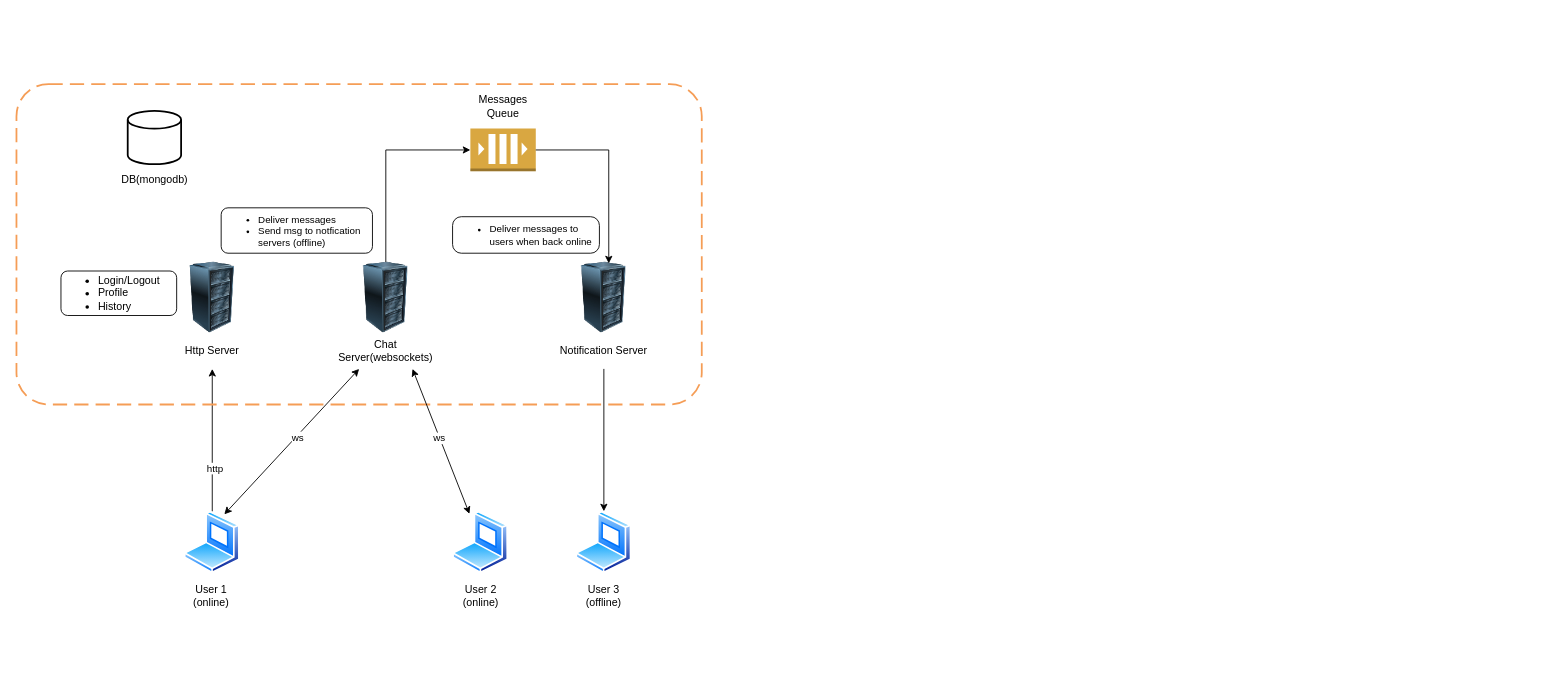
Earlier version of the draw.io diagram design.drawio (islem143/Go-Chat). Source tidied: cells renumbered, new cells numbered last; positions are measured from the earlier drawing's top-left corner, leaving out a move shared by most shapes. Both pictures are drawn from the tidied source at 89%, with x=0, y=0 at pixel (16, 84).
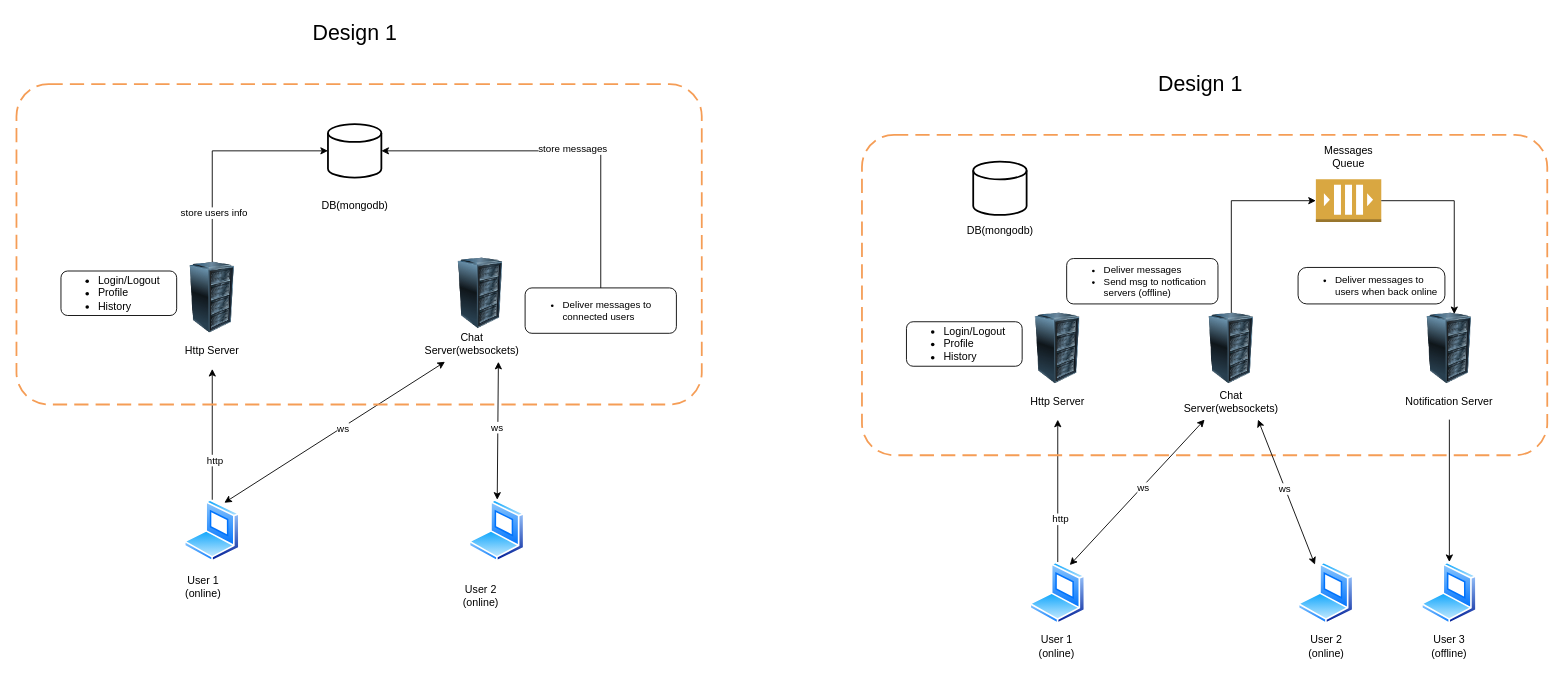
The same page after the edit.

Commit message (it also covers changes not shown here):
added messages controller

Unchanged cells that the change refers to:
```xml
<mxCell id="8" style="image;html=1;image=img/lib/clip_art/computers/Server_Rack_128x128.png;" parent="1" vertex="1">
  <mxGeometry x="180" y="200" width="80" height="80" as="geometry" />
</mxCell>
```

What changed in the source:
```diff
@@
     <mxCell id="6" style="image;perimeter=ellipsePerimeter;html=1;align=center;shadow=0;dashed=0;spacingTop=3;image=img/lib/active_directory/laptop_client.svg;" parent="1" vertex="1">
-      <mxGeometry x="188.5" y="480" width="63" height="70" as="geometry" />
+      <mxGeometry x="188.5" y="467" width="63" height="70" as="geometry" />
     </mxCell>
@@
     <mxCell id="10" style="image;html=1;image=img/lib/clip_art/computers/Server_Rack_128x128.png;" parent="1" vertex="1">
-      <mxGeometry x="375" y="200" width="80" height="80" as="geometry" />
+      <mxGeometry x="481.5" y="195" width="80" height="80" as="geometry" />
     </mxCell>
     <mxCell id="11" value="Chat Server(websockets)" style="text;html=1;strokeColor=none;fillColor=none;align=center;verticalAlign=middle;whiteSpace=wrap;rounded=0;" parent="1" vertex="1">
-      <mxGeometry x="355" y="280" width="120" height="40" as="geometry" />
+      <mxGeometry x="451.5" y="272" width="120" height="40" as="geometry" />
     </mxCell>
@@
     <mxCell id="14" value="User 1&lt;br&gt;(online)" style="text;html=1;strokeColor=none;fillColor=none;align=center;verticalAlign=middle;whiteSpace=wrap;rounded=0;" parent="1" vertex="1">
-      <mxGeometry x="188.5" y="560" width="60" height="30" as="geometry" />
+      <mxGeometry x="180" y="550" width="60" height="30" as="geometry" />
     </mxCell>
+    <mxCell id="31" style="edgeStyle=orthogonalEdgeStyle;rounded=0;jettySize=auto;html=1;entryX=0.5;entryY=0;entryDx=0;entryDy=0;startArrow=classic;startFill=1;endArrow=none;endFill=0;" parent="1" edge="1" source="15" target="28">
+      <mxGeometry relative="1" as="geometry" />
+    </mxCell>
+    <mxCell id="32" value="store messages" style="edgeLabel;html=1;align=center;verticalAlign=middle;" parent="31" vertex="1">
+      <mxGeometry x="0.07" y="3" relative="1" as="geometry" />
+    </mxCell>
     <mxCell id="15" style="strokeWidth=2;html=1;shape=mxgraph.flowchart.database;whiteSpace=wrap;" parent="1" vertex="1">
-      <mxGeometry x="125" y="30" width="60" height="60" as="geometry" />
+      <mxGeometry x="350" y="45" width="60" height="60" as="geometry" />
     </mxCell>
-    <mxCell id="16" style="outlineConnect=0;dashed=0;verticalLabelPosition=bottom;verticalAlign=top;align=center;html=1;shape=mxgraph.aws3.queue;fillColor=#D9A741;gradientColor=none;" parent="1" vertex="1">
-      <mxGeometry x="510" y="50" width="73.5" height="48" as="geometry" />
-    </mxCell>
     <mxCell id="17" value="DB(mongodb)" style="text;html=1;strokeColor=none;fillColor=none;align=center;verticalAlign=middle;whiteSpace=wrap;rounded=0;" parent="1" vertex="1">
-      <mxGeometry x="117.5" y="98" width="75" height="20" as="geometry" />
+      <mxGeometry x="342.5" y="127" width="75" height="20" as="geometry" />
     </mxCell>
     <mxCell id="18" style="image;perimeter=ellipsePerimeter;html=1;align=center;shadow=0;dashed=0;spacingTop=3;image=img/lib/active_directory/laptop_client.svg;" parent="1" vertex="1">
-      <mxGeometry x="490" y="480" width="63" height="70" as="geometry" />
+      <mxGeometry x="508.5" y="467" width="63" height="70" as="geometry" />
     </mxCell>
@@
-    <mxCell id="20" style="edgeStyle=orthogonalEdgeStyle;rounded=0;jettySize=auto;html=1;exitX=0.5;exitY=1;exitDx=0;exitDy=0;entryX=0.5;entryY=0;entryDx=0;entryDy=0;" parent="1" edge="1" source="21" target="25">
-      <mxGeometry relative="1" as="geometry" />
-    </mxCell>
-    <mxCell id="21" value="Notification Server" style="text;html=1;strokeColor=none;fillColor=none;align=center;verticalAlign=middle;whiteSpace=wrap;rounded=0;" parent="1" vertex="1">
-      <mxGeometry x="600" y="280" width="120" height="40" as="geometry" />
-    </mxCell>
-    <mxCell id="22" style="image;html=1;image=img/lib/clip_art/computers/Server_Rack_128x128.png;" parent="1" vertex="1">
-      <mxGeometry x="620" y="200" width="80" height="80" as="geometry" />
-    </mxCell>
-    <mxCell id="23" style="edgeStyle=orthogonalEdgeStyle;rounded=0;jettySize=auto;html=1;exitX=0.5;exitY=0;exitDx=0;exitDy=0;entryX=0;entryY=0.5;entryDx=0;entryDy=0;entryPerimeter=0;" parent="1" edge="1" source="10" target="16">
-      <mxGeometry relative="1" as="geometry" />
-    </mxCell>
-    <mxCell id="24" style="edgeStyle=orthogonalEdgeStyle;rounded=0;jettySize=auto;html=1;exitX=1;exitY=0.5;exitDx=0;exitDy=0;exitPerimeter=0;entryX=0.569;entryY=0.018;entryDx=0;entryDy=0;entryPerimeter=0;" parent="1" edge="1" source="16" target="22">
-      <mxGeometry relative="1" as="geometry" />
-    </mxCell>
-    <mxCell id="25" style="image;perimeter=ellipsePerimeter;html=1;align=center;shadow=0;dashed=0;spacingTop=3;image=img/lib/active_directory/laptop_client.svg;" parent="1" vertex="1">
-      <mxGeometry x="628.5" y="480" width="63" height="70" as="geometry" />
-    </mxCell>
-    <mxCell id="26" value="User 3&lt;br&gt;(offline)" style="text;html=1;strokeColor=none;fillColor=none;align=center;verticalAlign=middle;whiteSpace=wrap;rounded=0;" parent="1" vertex="1">
-      <mxGeometry x="630" y="560" width="60" height="30" as="geometry" />
-    </mxCell>
@@
-    <mxCell id="28" value="&lt;blockquote style=&quot;margin: 0 0 0 40px; border: none; padding: 0px;&quot;&gt;&lt;/blockquote&gt;&lt;div style=&quot;font-size: 11px;&quot;&gt;&lt;ul&gt;&lt;li style=&quot;&quot;&gt;&lt;span style=&quot;background-color: initial;&quot;&gt;&lt;font style=&quot;font-size: 11px;&quot;&gt;Deliver messages&lt;/font&gt;&lt;/span&gt;&lt;/li&gt;&lt;li&gt;Send msg to notfication servers (offline)&lt;/li&gt;&lt;/ul&gt;&lt;/div&gt;&lt;blockquote style=&quot;margin: 0 0 0 40px; border: none; padding: 0px;&quot;&gt;&lt;/blockquote&gt;" style="rounded=1;whiteSpace=wrap;html=1;align=left;glass=0;shadow=0;flipV=1;flipH=1;" parent="1" vertex="1">
-      <mxGeometry x="230" y="139" width="170" height="51" as="geometry" />
+    <mxCell id="28" value="&lt;blockquote style=&quot;margin: 0 0 0 40px; border: none; padding: 0px;&quot;&gt;&lt;/blockquote&gt;&lt;div style=&quot;font-size: 11px;&quot;&gt;&lt;ul&gt;&lt;li style=&quot;&quot;&gt;&lt;span style=&quot;background-color: initial;&quot;&gt;&lt;font style=&quot;font-size: 11px;&quot;&gt;Deliver messages to connected users&lt;/font&gt;&lt;/span&gt;&lt;/li&gt;&lt;/ul&gt;&lt;/div&gt;&lt;blockquote style=&quot;margin: 0 0 0 40px; border: none; padding: 0px;&quot;&gt;&lt;/blockquote&gt;" style="rounded=1;whiteSpace=wrap;html=1;align=left;glass=0;shadow=0;flipV=1;flipH=1;" parent="1" vertex="1">
+      <mxGeometry x="571.5" y="229" width="170" height="51" as="geometry" />
     </mxCell>
+    <mxCell id="33" value="&lt;font style=&quot;font-size: 24px;&quot;&gt;&lt;font style=&quot;font-size: 24px;&quot;&gt;Design&lt;/font&gt; 1&lt;/font&gt;" style="text;html=1;align=center;verticalAlign=middle;strokeColor=none;fillColor=none;" parent="1" vertex="1">
+      <mxGeometry x="320" y="-77" width="120" height="40" as="geometry" />
+    </mxCell>
+    <mxCell id="34" style="edgeStyle=orthogonalEdgeStyle;rounded=0;jettySize=auto;html=1;exitX=0.5;exitY=0;exitDx=0;exitDy=0;" parent="1" edge="1" source="38" target="41">
+      <mxGeometry relative="1" as="geometry" />
+    </mxCell>
+    <mxCell id="35" value="http&lt;br&gt;" style="edgeLabel;html=1;align=center;verticalAlign=middle;" parent="34" vertex="1">
+      <mxGeometry x="-0.39" y="-2" relative="1" as="geometry" />
+    </mxCell>
+    <mxCell id="36" style="rounded=0;jettySize=auto;html=1;exitX=0.75;exitY=0;exitDx=0;exitDy=0;entryX=0.25;entryY=1;entryDx=0;entryDy=0;endArrow=classic;endFill=1;startArrow=classic;startFill=1;" parent="1" edge="1" source="38" target="43">
+      <mxGeometry relative="1" as="geometry" />
+    </mxCell>
+    <mxCell id="37" value="ws" style="edgeLabel;html=1;align=center;verticalAlign=middle;" parent="36" vertex="1">
+      <mxGeometry x="0.07" y="-1" relative="1" as="geometry" />
+    </mxCell>
+    <mxCell id="38" style="image;perimeter=ellipsePerimeter;html=1;align=center;shadow=0;dashed=0;spacingTop=3;image=img/lib/active_directory/laptop_client.svg;" parent="1" vertex="1">
+      <mxGeometry x="1138.5" y="537" width="63" height="70" as="geometry" />
+    </mxCell>
+    <mxCell id="39" style="rounded=1;arcSize=10;dashed=1;strokeColor=#F59D56;fillColor=none;gradientColor=none;dashPattern=8 4;strokeWidth=2;" parent="1" vertex="1">
+      <mxGeometry x="950" y="57" width="770" height="360" as="geometry" />
+    </mxCell>
+    <mxCell id="40" style="image;html=1;image=img/lib/clip_art/computers/Server_Rack_128x128.png;" parent="1" vertex="1">
+      <mxGeometry x="1130" y="257" width="80" height="80" as="geometry" />
+    </mxCell>
+    <mxCell id="41" value="Http Server" style="text;html=1;strokeColor=none;fillColor=none;align=center;verticalAlign=middle;whiteSpace=wrap;rounded=0;" parent="1" vertex="1">
+      <mxGeometry x="1135" y="337" width="70" height="40" as="geometry" />
+    </mxCell>
+    <mxCell id="42" style="image;html=1;image=img/lib/clip_art/computers/Server_Rack_128x128.png;" parent="1" vertex="1">
+      <mxGeometry x="1325" y="257" width="80" height="80" as="geometry" />
+    </mxCell>
+    <mxCell id="43" value="Chat Server(websockets)" style="text;html=1;strokeColor=none;fillColor=none;align=center;verticalAlign=middle;whiteSpace=wrap;rounded=0;" parent="1" vertex="1">
+      <mxGeometry x="1305" y="337" width="120" height="40" as="geometry" />
+    </mxCell>
+    <mxCell id="44" style="rounded=0;jettySize=auto;html=1;exitX=0.75;exitY=1;exitDx=0;exitDy=0;endArrow=classic;endFill=1;startArrow=classic;startFill=1;" parent="1" edge="1" source="43" target="50">
+      <mxGeometry relative="1" as="geometry" />
+    </mxCell>
+    <mxCell id="45" value="ws" style="edgeLabel;html=1;align=center;verticalAlign=middle;" parent="44" vertex="1">
+      <mxGeometry x="-0.05" y="-1" relative="1" as="geometry" />
+    </mxCell>
+    <mxCell id="46" value="User 1&lt;br&gt;(online)" style="text;html=1;strokeColor=none;fillColor=none;align=center;verticalAlign=middle;whiteSpace=wrap;rounded=0;" parent="1" vertex="1">
+      <mxGeometry x="1138.5" y="617" width="60" height="30" as="geometry" />
+    </mxCell>
+    <mxCell id="47" style="strokeWidth=2;html=1;shape=mxgraph.flowchart.database;whiteSpace=wrap;" parent="1" vertex="1">
+      <mxGeometry x="1075" y="87" width="60" height="60" as="geometry" />
+    </mxCell>
+    <mxCell id="48" style="outlineConnect=0;dashed=0;verticalLabelPosition=bottom;verticalAlign=top;align=center;html=1;shape=mxgraph.aws3.queue;fillColor=#D9A741;gradientColor=none;" parent="1" vertex="1">
+      <mxGeometry x="1460" y="107" width="73.5" height="48" as="geometry" />
+    </mxCell>
+    <mxCell id="49" value="DB(mongodb)" style="text;html=1;strokeColor=none;fillColor=none;align=center;verticalAlign=middle;whiteSpace=wrap;rounded=0;" parent="1" vertex="1">
+      <mxGeometry x="1067.5" y="155" width="75" height="20" as="geometry" />
+    </mxCell>
+    <mxCell id="50" style="image;perimeter=ellipsePerimeter;html=1;align=center;shadow=0;dashed=0;spacingTop=3;image=img/lib/active_directory/laptop_client.svg;" parent="1" vertex="1">
+      <mxGeometry x="1440" y="537" width="63" height="70" as="geometry" />
+    </mxCell>
+    <mxCell id="51" value="User 2&lt;br&gt;(online)" style="text;html=1;strokeColor=none;fillColor=none;align=center;verticalAlign=middle;whiteSpace=wrap;rounded=0;" parent="1" vertex="1">
+      <mxGeometry x="1441.5" y="617" width="60" height="30" as="geometry" />
+    </mxCell>
+    <mxCell id="52" style="edgeStyle=orthogonalEdgeStyle;rounded=0;jettySize=auto;html=1;exitX=0.5;exitY=1;exitDx=0;exitDy=0;entryX=0.5;entryY=0;entryDx=0;entryDy=0;" parent="1" edge="1" source="21" target="56">
+      <mxGeometry relative="1" as="geometry" />
+    </mxCell>
+    <mxCell id="21" value="Notification Server" style="text;html=1;strokeColor=none;fillColor=none;align=center;verticalAlign=middle;whiteSpace=wrap;rounded=0;" parent="1" vertex="1">
+      <mxGeometry x="1550" y="337" width="120" height="40" as="geometry" />
+    </mxCell>
+    <mxCell id="53" style="image;html=1;image=img/lib/clip_art/computers/Server_Rack_128x128.png;" parent="1" vertex="1">
+      <mxGeometry x="1570" y="257" width="80" height="80" as="geometry" />
+    </mxCell>
+    <mxCell id="54" style="edgeStyle=orthogonalEdgeStyle;rounded=0;jettySize=auto;html=1;exitX=0.5;exitY=0;exitDx=0;exitDy=0;entryX=0;entryY=0.5;entryDx=0;entryDy=0;entryPerimeter=0;" parent="1" edge="1" source="42" target="48">
+      <mxGeometry relative="1" as="geometry" />
+    </mxCell>
+    <mxCell id="55" style="edgeStyle=orthogonalEdgeStyle;rounded=0;jettySize=auto;html=1;exitX=1;exitY=0.5;exitDx=0;exitDy=0;exitPerimeter=0;entryX=0.569;entryY=0.018;entryDx=0;entryDy=0;entryPerimeter=0;" parent="1" edge="1" source="48" target="53">
+      <mxGeometry relative="1" as="geometry" />
+    </mxCell>
+    <mxCell id="56" style="image;perimeter=ellipsePerimeter;html=1;align=center;shadow=0;dashed=0;spacingTop=3;image=img/lib/active_directory/laptop_client.svg;" parent="1" vertex="1">
+      <mxGeometry x="1578.5" y="537" width="63" height="70" as="geometry" />
+    </mxCell>
+    <mxCell id="26" value="User 3&lt;br&gt;(offline)" style="text;html=1;strokeColor=none;fillColor=none;align=center;verticalAlign=middle;whiteSpace=wrap;rounded=0;" parent="1" vertex="1">
+      <mxGeometry x="1580" y="617" width="60" height="30" as="geometry" />
+    </mxCell>
+    <mxCell id="57" value="&lt;blockquote style=&quot;margin: 0 0 0 40px; border: none; padding: 0px;&quot;&gt;&lt;/blockquote&gt;&lt;ul&gt;&lt;li&gt;&lt;span style=&quot;background-color: initial;&quot;&gt;Login/Logout&lt;/span&gt;&lt;/li&gt;&lt;li&gt;&lt;span style=&quot;background-color: initial;&quot;&gt;Profile&lt;/span&gt;&lt;/li&gt;&lt;li&gt;&lt;span style=&quot;background-color: initial;&quot;&gt;History&lt;/span&gt;&lt;/li&gt;&lt;/ul&gt;&lt;blockquote style=&quot;margin: 0 0 0 40px; border: none; padding: 0px;&quot;&gt;&lt;/blockquote&gt;" style="rounded=1;whiteSpace=wrap;html=1;align=left;" parent="1" vertex="1">
+      <mxGeometry x="1000" y="267" width="130" height="50" as="geometry" />
+    </mxCell>
+    <mxCell id="58" value="&lt;blockquote style=&quot;margin: 0 0 0 40px; border: none; padding: 0px;&quot;&gt;&lt;/blockquote&gt;&lt;div style=&quot;font-size: 11px;&quot;&gt;&lt;ul&gt;&lt;li style=&quot;&quot;&gt;&lt;span style=&quot;background-color: initial;&quot;&gt;&lt;font style=&quot;font-size: 11px;&quot;&gt;Deliver messages&lt;/font&gt;&lt;/span&gt;&lt;/li&gt;&lt;li&gt;Send msg to notfication servers (offline)&lt;/li&gt;&lt;/ul&gt;&lt;/div&gt;&lt;blockquote style=&quot;margin: 0 0 0 40px; border: none; padding: 0px;&quot;&gt;&lt;/blockquote&gt;" style="rounded=1;whiteSpace=wrap;html=1;align=left;glass=0;shadow=0;flipV=1;flipH=1;" parent="1" vertex="1">
+      <mxGeometry x="1180" y="196" width="170" height="51" as="geometry" />
+    </mxCell>
     <mxCell id="29" value="&lt;blockquote style=&quot;margin: 0 0 0 40px; border: none; padding: 0px;&quot;&gt;&lt;/blockquote&gt;&lt;div style=&quot;font-size: 11px;&quot;&gt;&lt;ul&gt;&lt;li style=&quot;&quot;&gt;&lt;span style=&quot;background-color: initial;&quot;&gt;&lt;font style=&quot;font-size: 11px;&quot;&gt;Deliver messages to users when back online&lt;/font&gt;&lt;/span&gt;&lt;/li&gt;&lt;/ul&gt;&lt;/div&gt;&lt;blockquote style=&quot;margin: 0 0 0 40px; border: none; padding: 0px;&quot;&gt;&lt;/blockquote&gt;" style="rounded=1;whiteSpace=wrap;html=1;align=left;glass=0;shadow=0;flipV=1;flipH=1;arcSize=24;" parent="1" vertex="1">
-      <mxGeometry x="490" y="149" width="165" height="41" as="geometry" />
+      <mxGeometry x="1440" y="206" width="165" height="41" as="geometry" />
     </mxCell>
     <mxCell id="30" value="Messages Queue" style="text;html=1;strokeColor=none;fillColor=none;align=center;verticalAlign=middle;whiteSpace=wrap;rounded=0;" parent="1" vertex="1">
-      <mxGeometry x="516.8" y="10" width="60" height="30" as="geometry" />
+      <mxGeometry x="1466.8" y="67" width="60" height="30" as="geometry" />
     </mxCell>
+    <mxCell id="59" value="&lt;font style=&quot;font-size: 24px;&quot;&gt;&lt;font style=&quot;font-size: 24px;&quot;&gt;Design&lt;/font&gt; 1&lt;/font&gt;" style="text;html=1;align=center;verticalAlign=middle;strokeColor=none;fillColor=none;" parent="1" vertex="1">
+      <mxGeometry x="1270" y="-20" width="120" height="40" as="geometry" />
+    </mxCell>
+    <mxCell id="60" style="edgeStyle=orthogonalEdgeStyle;rounded=0;jettySize=auto;html=1;exitX=0.5;exitY=0;exitDx=0;exitDy=0;entryX=0;entryY=0.5;entryDx=0;entryDy=0;entryPerimeter=0;" parent="1" edge="1" source="8" target="15">
+      <mxGeometry relative="1" as="geometry" />
+    </mxCell>
+    <mxCell id="61" value="store users info&lt;br&gt;" style="edgeLabel;html=1;align=center;verticalAlign=middle;" parent="60" vertex="1">
+      <mxGeometry x="-0.56" y="-1" relative="1" as="geometry" />
+    </mxCell>
```
